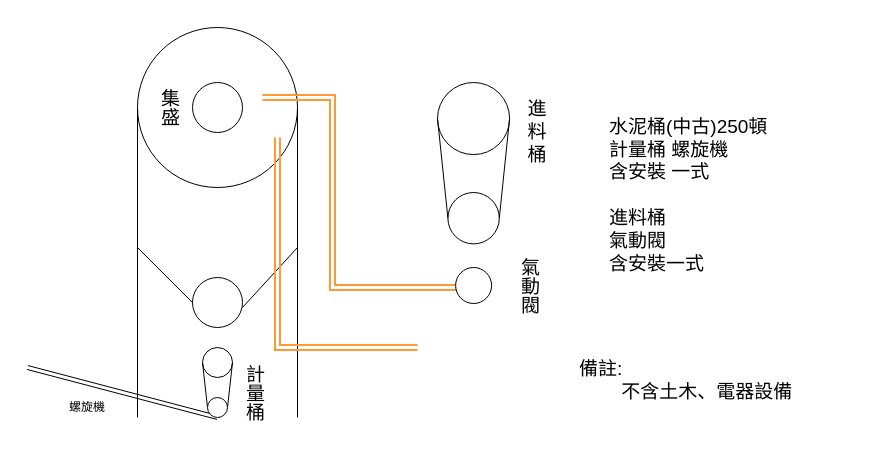
Earlier version of the draw.io diagram 123.drawio (jihuien/ML100Days). Source tidied: cells renumbered, new cells numbered last; positions are measured from the earlier drawing's top-left corner, leaving out a move shared by most shapes. Both pictures are drawn from the tidied source at 100%, with x=0, y=0 at pixel (27, 27).
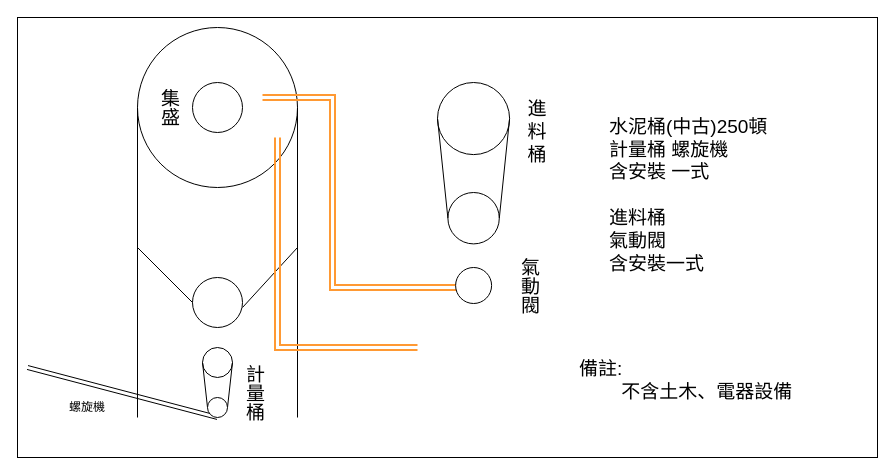
The same diagram, later.

Diff of the diagram source:
```diff
@@
+    <mxCell id="28" style="rounded=0;whiteSpace=wrap;html=1;" parent="1" vertex="1">
+      <mxGeometry x="-10" y="-10" width="860" height="440" as="geometry" />
+    </mxCell>
```
